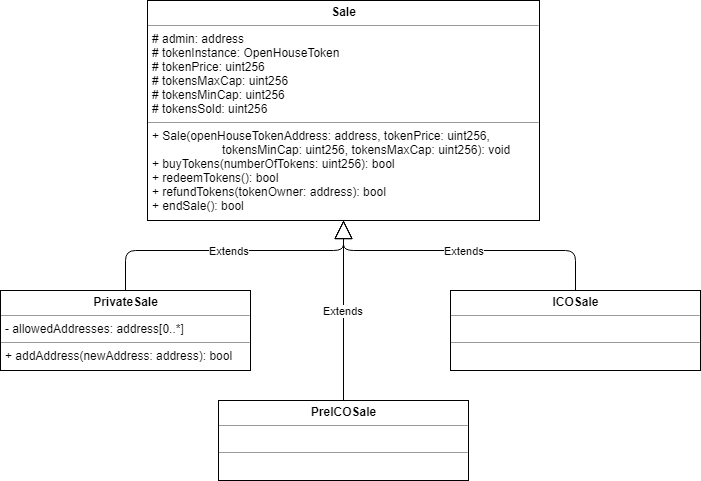
The draw.io diagram uml/Sale/Sale.png in gkamtzir/Ethereum-ICO-Diploma-Thesis, before a commit. Source tidied: cells renumbered, new cells last; positions are measured from the earlier drawing's top-left corner, leaving out a move shared by most shapes.
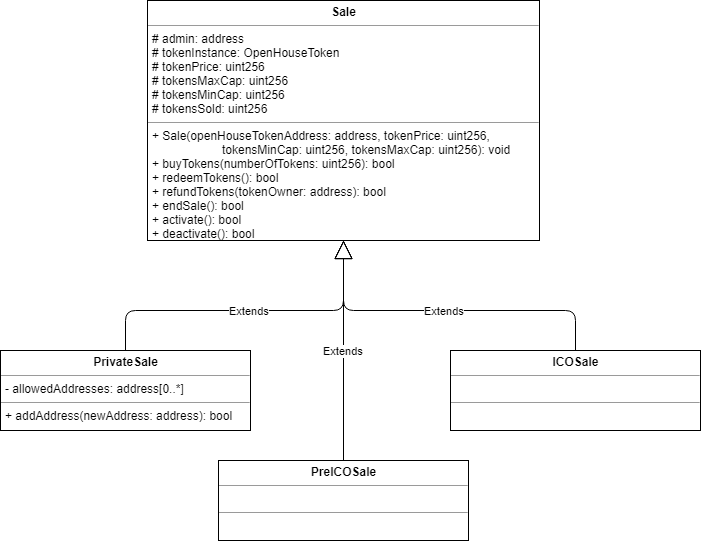
After the change.

Commit message:
Added activation functions to both contracts and a deactivation function to Sale contract.

The edit, as a diff of the source:
```diff
@@ -2,8 +2,8 @@
   <root>
     <mxCell id="0" />
     <mxCell id="1" parent="0" />
-    <mxCell id="2" value="&lt;p style=&quot;margin: 0px ; margin-top: 4px ; text-align: center&quot;&gt;&lt;b&gt;Sale&lt;/b&gt;&lt;/p&gt;&lt;hr size=&quot;1&quot;&gt;&lt;p style=&quot;margin: 0px ; margin-left: 4px&quot;&gt;# admin: address&lt;/p&gt;&lt;p style=&quot;margin: 0px ; margin-left: 4px&quot;&gt;# tokenInstance: OpenHouseToken&lt;/p&gt;&lt;p style=&quot;margin: 0px ; margin-left: 4px&quot;&gt;# tokenPrice: uint256&lt;/p&gt;&lt;p style=&quot;margin: 0px ; margin-left: 4px&quot;&gt;# tokensMaxCap: uint256&lt;/p&gt;&lt;p style=&quot;margin: 0px ; margin-left: 4px&quot;&gt;# tokensMinCap: uint256&lt;/p&gt;&lt;p style=&quot;margin: 0px ; margin-left: 4px&quot;&gt;# tokensSold: uint256&lt;/p&gt;&lt;hr size=&quot;1&quot;&gt;&lt;p style=&quot;margin: 0px ; margin-left: 4px&quot;&gt;+ Sale(openHouseTokenAddress: address, tokenPrice: uint256,&lt;/p&gt;&lt;p style=&quot;margin: 0px ; margin-left: 4px&quot;&gt;&amp;nbsp; &amp;nbsp; &amp;nbsp; &amp;nbsp; &amp;nbsp; &amp;nbsp; &amp;nbsp; &amp;nbsp; &amp;nbsp; &amp;nbsp; &amp;nbsp;tokensMinCap: uint256, tokensMaxCap: uint256): void&lt;/p&gt;&lt;p style=&quot;margin: 0px ; margin-left: 4px&quot;&gt;+ buyTokens(numberOfTokens: uint256): bool&lt;/p&gt;&lt;p style=&quot;margin: 0px ; margin-left: 4px&quot;&gt;+ redeemTokens(): bool&lt;/p&gt;&lt;p style=&quot;margin: 0px ; margin-left: 4px&quot;&gt;+ refundTokens(tokenOwner: address): bool&lt;/p&gt;&lt;p style=&quot;margin: 0px ; margin-left: 4px&quot;&gt;+ endSale(): bool&lt;/p&gt;" style="verticalAlign=top;align=left;overflow=fill;fontSize=12;fontFamily=Helvetica;html=1;" parent="1" vertex="1">
-      <mxGeometry x="147" width="392" height="220" as="geometry" />
+    <mxCell id="2" value="&lt;p style=&quot;margin: 0px ; margin-top: 4px ; text-align: center&quot;&gt;&lt;b&gt;Sale&lt;/b&gt;&lt;/p&gt;&lt;hr size=&quot;1&quot;&gt;&lt;p style=&quot;margin: 0px ; margin-left: 4px&quot;&gt;# admin: address&lt;/p&gt;&lt;p style=&quot;margin: 0px ; margin-left: 4px&quot;&gt;# tokenInstance: OpenHouseToken&lt;/p&gt;&lt;p style=&quot;margin: 0px ; margin-left: 4px&quot;&gt;# tokenPrice: uint256&lt;/p&gt;&lt;p style=&quot;margin: 0px ; margin-left: 4px&quot;&gt;# tokensMaxCap: uint256&lt;/p&gt;&lt;p style=&quot;margin: 0px ; margin-left: 4px&quot;&gt;# tokensMinCap: uint256&lt;/p&gt;&lt;p style=&quot;margin: 0px ; margin-left: 4px&quot;&gt;# tokensSold: uint256&lt;/p&gt;&lt;hr size=&quot;1&quot;&gt;&lt;p style=&quot;margin: 0px ; margin-left: 4px&quot;&gt;+ Sale(openHouseTokenAddress: address, tokenPrice: uint256,&lt;/p&gt;&lt;p style=&quot;margin: 0px ; margin-left: 4px&quot;&gt;&amp;nbsp; &amp;nbsp; &amp;nbsp; &amp;nbsp; &amp;nbsp; &amp;nbsp; &amp;nbsp; &amp;nbsp; &amp;nbsp; &amp;nbsp; &amp;nbsp;tokensMinCap: uint256, tokensMaxCap: uint256): void&lt;/p&gt;&lt;p style=&quot;margin: 0px ; margin-left: 4px&quot;&gt;+ buyTokens(numberOfTokens: uint256): bool&lt;/p&gt;&lt;p style=&quot;margin: 0px ; margin-left: 4px&quot;&gt;+ redeemTokens(): bool&lt;/p&gt;&lt;p style=&quot;margin: 0px ; margin-left: 4px&quot;&gt;+ refundTokens(tokenOwner: address): bool&lt;/p&gt;&lt;p style=&quot;margin: 0px ; margin-left: 4px&quot;&gt;+ endSale(): bool&lt;/p&gt;&lt;p style=&quot;margin: 0px ; margin-left: 4px&quot;&gt;+ activate(): bool&lt;/p&gt;&lt;p style=&quot;margin: 0px ; margin-left: 4px&quot;&gt;+ deactivate(): bool&lt;/p&gt;" style="verticalAlign=top;align=left;overflow=fill;fontSize=12;fontFamily=Helvetica;html=1;" parent="1" vertex="1">
+      <mxGeometry x="147" y="-60" width="392" height="240" as="geometry" />
     </mxCell>
     <mxCell id="3" value="&lt;p style=&quot;margin: 0px ; margin-top: 4px ; text-align: center&quot;&gt;&lt;b&gt;PrivateSale&lt;/b&gt;&lt;/p&gt;&lt;hr size=&quot;1&quot;&gt;&lt;p style=&quot;margin: 0px ; margin-left: 4px&quot;&gt;- allowedAddresses: address[0..*]&lt;/p&gt;&lt;hr size=&quot;1&quot;&gt;&lt;p style=&quot;margin: 0px ; margin-left: 4px&quot;&gt;&lt;span&gt;+ addAddress(newAddress: address): bool&lt;/span&gt;&lt;br&gt;&lt;/p&gt;" style="verticalAlign=top;align=left;overflow=fill;fontSize=12;fontFamily=Helvetica;html=1;" parent="1" vertex="1">
       <mxGeometry y="290" width="250" height="80" as="geometry" />
```
